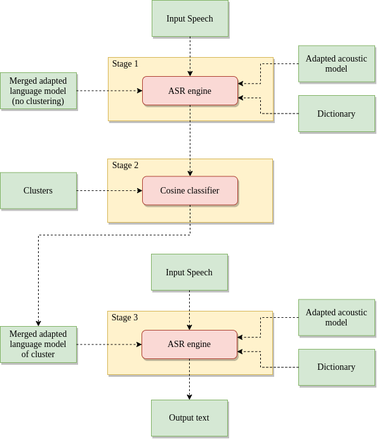
Above: speech_decoding/decoding_clustering.png in PanosAntoniadis/personalized_asr (draw.io), before the change. Source tidied: cells renumbered, new cells last; positions are measured from the earlier drawing's top-left corner, leaving out a move shared by most shapes.
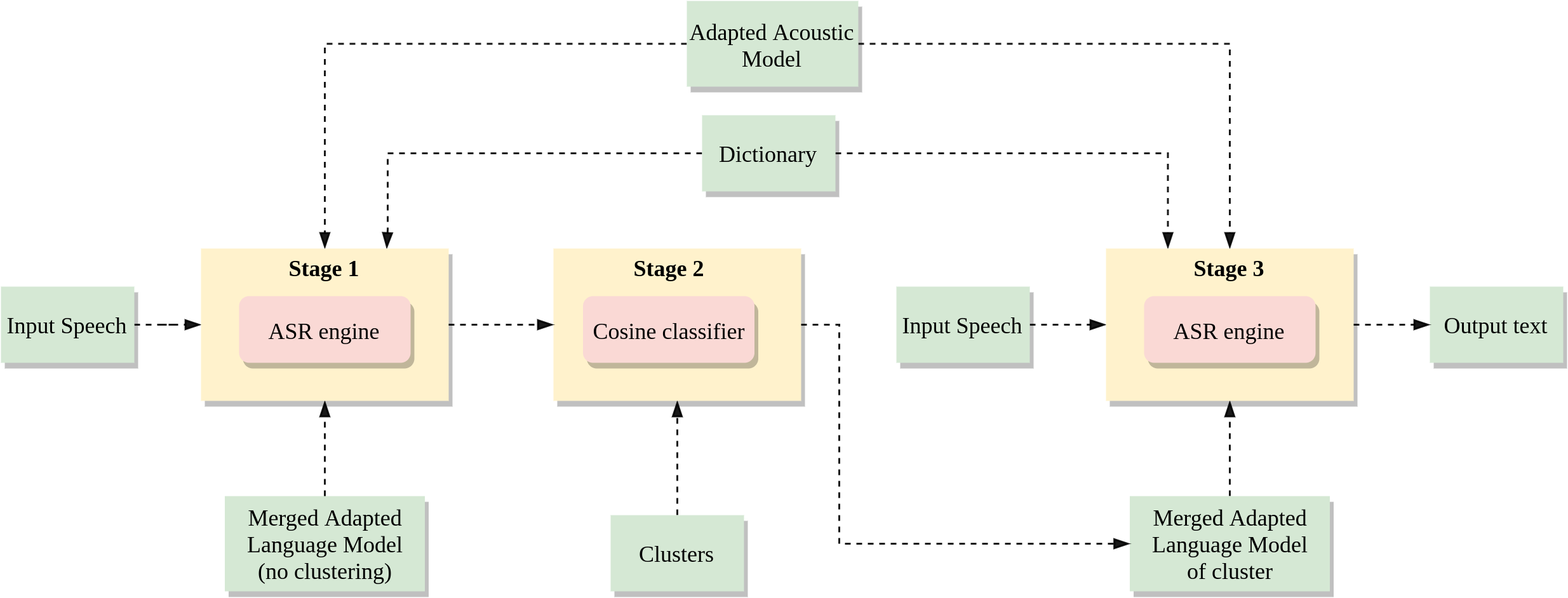
The same file after the commit.

Change to the diagram source:
```diff
@@ -2,123 +2,111 @@
   <root>
     <mxCell id="0" />
     <mxCell id="1" parent="0" />
-    <mxCell id="2" value="Input Speech" style="rounded=0;whiteSpace=wrap;html=1;fillColor=#d5e8d4;strokeColor=#82b366;gradientColor=none;shadow=1;fontSize=14;fontStyle=0;fontFamily=Verdana;" parent="1" vertex="1">
-      <mxGeometry x="239" width="120" height="57" as="geometry" />
-    </mxCell>
-    <mxCell id="3" style="rounded=0;whiteSpace=wrap;html=1;fillColor=#fff2cc;strokeColor=#d6b656;shadow=1;" parent="1" vertex="1">
-      <mxGeometry x="170" y="90" width="260" height="100" as="geometry" />
-    </mxCell>
-    <mxCell id="4" value="ASR engine" style="rounded=1;whiteSpace=wrap;html=1;fillColor=#fad9d5;strokeColor=#ae4132;shadow=1;fontSize=14;fontStyle=0;fontFamily=Verdana;" parent="1" vertex="1">
-      <mxGeometry x="224" y="120" width="150" height="45" as="geometry" />
-    </mxCell>
+    <mxCell id="33" style="edgeStyle=orthogonalEdgeStyle;rounded=0;jettySize=auto;html=1;entryX=0;entryY=0.5;entryDx=0;entryDy=0;endArrow=blockThin;endFill=1;dashed=1;opacity=90;" parent="1" edge="1" source="34" target="49">
+      <mxGeometry relative="1" as="geometry" />
+    </mxCell>
+    <mxCell id="34" value="Input Speech" style="rounded=0;whiteSpace=wrap;html=1;fillColor=#d5e8d4;gradientColor=none;shadow=1;fontSize=12;fontStyle=0;fontFamily=Times New Roman;align=center;verticalAlign=middle;strokeColor=none;" parent="1" vertex="1">
+      <mxGeometry x="-40" y="60" width="70" height="40" as="geometry" />
+    </mxCell>
+    <mxCell id="35" style="edgeStyle=orthogonalEdgeStyle;rounded=0;jettySize=auto;html=1;entryX=0.5;entryY=1;entryDx=0;entryDy=0;endArrow=blockThin;endFill=1;dashed=1;opacity=90;" parent="1" edge="1" source="36" target="49">
+      <mxGeometry relative="1" as="geometry" />
+    </mxCell>
+    <mxCell id="36" value="Merged Adapted Language Model&lt;br style=&quot;font-size: 12px&quot;&gt;(no clustering)" style="rounded=0;whiteSpace=wrap;html=1;fillColor=#d5e8d4;gradientColor=none;shadow=1;fontSize=12;fontStyle=0;fontFamily=Times New Roman;align=center;verticalAlign=middle;strokeColor=none;" parent="1" vertex="1">
+      <mxGeometry x="77.5" y="170" width="105" height="50" as="geometry" />
+    </mxCell>
+    <mxCell id="37" style="edgeStyle=orthogonalEdgeStyle;rounded=0;jettySize=auto;html=1;entryX=0.5;entryY=1;entryDx=0;entryDy=0;endArrow=blockThin;endFill=1;dashed=1;opacity=90;" parent="1" edge="1" source="17" target="52">
+      <mxGeometry relative="1" as="geometry" />
+    </mxCell>
+    <mxCell id="17" value="Clusters" style="rounded=0;whiteSpace=wrap;html=1;fillColor=#d5e8d4;gradientColor=none;shadow=1;fontSize=12;fontStyle=0;fontFamily=Times New Roman;align=center;verticalAlign=middle;strokeColor=none;" parent="1" vertex="1">
+      <mxGeometry x="280" y="180" width="70" height="40" as="geometry" />
+    </mxCell>
+    <mxCell id="38" style="edgeStyle=orthogonalEdgeStyle;rounded=0;jettySize=auto;html=1;entryX=0.5;entryY=1;entryDx=0;entryDy=0;endArrow=blockThin;endFill=1;dashed=1;opacity=90;" parent="1" edge="1" source="39" target="54">
+      <mxGeometry relative="1" as="geometry" />
+    </mxCell>
+    <mxCell id="39" value="Merged Adapted Language Model&lt;br style=&quot;font-size: 12px&quot;&gt;of cluster" style="rounded=0;whiteSpace=wrap;html=1;fillColor=#d5e8d4;gradientColor=none;shadow=1;fontSize=12;fontStyle=0;fontFamily=Times New Roman;align=center;verticalAlign=middle;strokeColor=none;" parent="1" vertex="1">
+      <mxGeometry x="552.5" y="170" width="105" height="50" as="geometry" />
+    </mxCell>
+    <mxCell id="29" value="Output text" style="rounded=0;whiteSpace=wrap;html=1;fillColor=#d5e8d4;gradientColor=none;shadow=1;fontSize=12;fontStyle=0;fontFamily=Times New Roman;align=center;verticalAlign=middle;strokeColor=none;" parent="1" vertex="1">
+      <mxGeometry x="710" y="60" width="70" height="40" as="geometry" />
+    </mxCell>
+    <mxCell id="40" style="edgeStyle=orthogonalEdgeStyle;rounded=0;jettySize=auto;html=1;entryX=0;entryY=0.5;entryDx=0;entryDy=0;endArrow=blockThin;endFill=1;dashed=1;opacity=90;" parent="1" edge="1" source="41" target="54">
+      <mxGeometry relative="1" as="geometry" />
+    </mxCell>
+    <mxCell id="41" value="Input Speech" style="rounded=0;whiteSpace=wrap;html=1;fillColor=#d5e8d4;gradientColor=none;shadow=1;fontSize=12;fontStyle=0;fontFamily=Times New Roman;align=center;verticalAlign=middle;strokeColor=none;" parent="1" vertex="1">
+      <mxGeometry x="430" y="60" width="70" height="40" as="geometry" />
+    </mxCell>
+    <mxCell id="42" style="edgeStyle=orthogonalEdgeStyle;rounded=0;jettySize=auto;html=1;entryX=0.75;entryY=0;entryDx=0;entryDy=0;exitX=0;exitY=0.5;exitDx=0;exitDy=0;endArrow=blockThin;endFill=1;dashed=1;opacity=90;" parent="1" edge="1" source="44" target="49">
+      <mxGeometry relative="1" as="geometry">
+        <Array as="points">
+          <mxPoint x="163" y="-10" />
+          <mxPoint x="163" y="30" />
+        </Array>
+      </mxGeometry>
+    </mxCell>
+    <mxCell id="43" style="edgeStyle=orthogonalEdgeStyle;rounded=0;jettySize=auto;html=1;entryX=0.25;entryY=0;entryDx=0;entryDy=0;endArrow=blockThin;endFill=1;dashed=1;opacity=90;" parent="1" edge="1" source="44" target="54">
+      <mxGeometry relative="1" as="geometry" />
+    </mxCell>
+    <mxCell id="44" value="Dictionary" style="rounded=0;whiteSpace=wrap;html=1;fillColor=#d5e8d4;gradientColor=none;shadow=1;fontSize=12;fontStyle=0;fontFamily=Times New Roman;align=center;verticalAlign=middle;strokeColor=none;" parent="1" vertex="1">
+      <mxGeometry x="328" y="-30" width="70" height="40" as="geometry" />
+    </mxCell>
+    <mxCell id="45" style="edgeStyle=orthogonalEdgeStyle;rounded=0;jettySize=auto;html=1;entryX=0.5;entryY=0;entryDx=0;entryDy=0;endArrow=blockThin;endFill=1;dashed=1;opacity=90;" parent="1" edge="1" source="47" target="49">
+      <mxGeometry relative="1" as="geometry" />
+    </mxCell>
+    <mxCell id="46" style="edgeStyle=orthogonalEdgeStyle;rounded=0;jettySize=auto;html=1;entryX=0.5;entryY=0;entryDx=0;entryDy=0;endArrow=blockThin;endFill=1;dashed=1;opacity=90;" parent="1" edge="1" source="47" target="54">
+      <mxGeometry relative="1" as="geometry" />
+    </mxCell>
+    <mxCell id="47" value="Adapted Acoustic Model" style="rounded=0;whiteSpace=wrap;html=1;fillColor=#d5e8d4;gradientColor=none;shadow=1;fontSize=12;fontStyle=0;fontFamily=Times New Roman;align=center;verticalAlign=middle;strokeColor=none;" parent="1" vertex="1">
+      <mxGeometry x="320" y="-90" width="90" height="45" as="geometry" />
+    </mxCell>
+    <mxCell id="48" style="group;" parent="1" vertex="1">
+      <mxGeometry x="65" y="40" width="130" height="80" as="geometry" />
+    </mxCell>
+    <mxCell id="49" style="rounded=0;whiteSpace=wrap;html=1;fillColor=#fff2cc;shadow=1;fontFamily=Helvetica;fontSize=10;strokeColor=none;" parent="48" vertex="1">
+      <mxGeometry width="130" height="80" as="geometry" />
+    </mxCell>
+    <mxCell id="50" value="ASR engine" style="rounded=1;whiteSpace=wrap;html=1;fillColor=#fad9d5;shadow=1;fontSize=12;fontStyle=0;fontFamily=Times New Roman;align=center;verticalAlign=middle;strokeColor=none;" parent="48" vertex="1">
+      <mxGeometry x="20" y="25" width="90" height="35" as="geometry" />
+    </mxCell>
-    <mxCell id="5" value="Stage 1" style="text;html=1;strokeColor=none;fillColor=none;align=center;verticalAlign=middle;whiteSpace=wrap;rounded=0;shadow=1;fontFamily=Verdana;fontSize=14;" parent="1" vertex="1">
-      <mxGeometry x="160" y="90" width="75" height="20" as="geometry" />
+    <mxCell id="5" value="&lt;b&gt;Stage 1&lt;/b&gt;" style="text;html=1;strokeColor=none;fillColor=none;align=center;verticalAlign=middle;whiteSpace=wrap;rounded=0;shadow=1;fontFamily=Times New Roman;fontSize=12;" parent="48" vertex="1">
+      <mxGeometry x="40" width="50" height="20" as="geometry" />
     </mxCell>
-    <mxCell id="6" value="Merged adapted language model&lt;br&gt;(no clustering)" style="rounded=0;whiteSpace=wrap;html=1;fillColor=#d5e8d4;strokeColor=#82b366;gradientColor=none;shadow=1;fontSize=14;fontStyle=0;fontFamily=Verdana;" parent="1" vertex="1">
-      <mxGeometry y="114" width="120" height="57" as="geometry" />
-    </mxCell>
-    <mxCell id="7" value="Dictionary" style="rounded=0;whiteSpace=wrap;html=1;fillColor=#d5e8d4;strokeColor=#82b366;gradientColor=none;shadow=1;fontSize=14;fontStyle=0;fontFamily=Verdana;" parent="1" vertex="1">
-      <mxGeometry x="470" y="150" width="120" height="57" as="geometry" />
-    </mxCell>
-    <mxCell id="8" value="Adapted acoustic model" style="rounded=0;whiteSpace=wrap;html=1;fillColor=#d5e8d4;strokeColor=#82b366;gradientColor=none;shadow=1;fontSize=14;fontStyle=0;fontFamily=Verdana;" parent="1" vertex="1">
-      <mxGeometry x="470" y="71.5" width="120" height="57" as="geometry" />
-    </mxCell>
-    <mxCell id="9" style="edgeStyle=orthogonalEdgeStyle;rounded=0;jettySize=auto;html=1;exitX=0.5;exitY=1;exitDx=0;exitDy=0;dashed=1;entryX=0.5;entryY=0;entryDx=0;entryDy=0;" parent="1" edge="1" source="2" target="4">
-      <mxGeometry relative="1" as="geometry" />
-    </mxCell>
-    <mxCell id="10" style="edgeStyle=orthogonalEdgeStyle;rounded=0;jettySize=auto;html=1;exitX=1;exitY=0.5;exitDx=0;exitDy=0;dashed=1;entryX=0;entryY=0.5;entryDx=0;entryDy=0;" parent="1" edge="1" source="6" target="4">
-      <mxGeometry relative="1" as="geometry" />
-    </mxCell>
-    <mxCell id="11" style="edgeStyle=orthogonalEdgeStyle;rounded=0;jettySize=auto;html=1;dashed=1;entryX=1;entryY=0.75;entryDx=0;entryDy=0;" parent="1" edge="1" source="7" target="4">
-      <mxGeometry relative="1" as="geometry">
-        <Array as="points">
-          <mxPoint x="410" y="179" />
-          <mxPoint x="410" y="154" />
-        </Array>
-      </mxGeometry>
-    </mxCell>
-    <mxCell id="12" style="edgeStyle=orthogonalEdgeStyle;rounded=0;jettySize=auto;html=1;exitX=0;exitY=0.5;exitDx=0;exitDy=0;dashed=1;entryX=1;entryY=0.25;entryDx=0;entryDy=0;" parent="1" edge="1" source="8" target="4">
-      <mxGeometry relative="1" as="geometry">
-        <Array as="points">
-          <mxPoint x="410" y="100" />
-          <mxPoint x="410" y="131" />
-        </Array>
-      </mxGeometry>
-    </mxCell>
-    <mxCell id="13" style="rounded=0;whiteSpace=wrap;html=1;fillColor=#fff2cc;strokeColor=#d6b656;shadow=1;" parent="1" vertex="1">
-      <mxGeometry x="169" y="250" width="260" height="100" as="geometry" />
-    </mxCell>
+    <mxCell id="51" style="group;" parent="1" vertex="1">
+      <mxGeometry x="250" y="40" width="130" height="80" as="geometry" />
+    </mxCell>
+    <mxCell id="52" style="rounded=0;whiteSpace=wrap;html=1;fillColor=#fff2cc;shadow=1;fontFamily=Helvetica;fontSize=10;strokeColor=none;" parent="51" vertex="1">
+      <mxGeometry width="130" height="80" as="geometry" />
+    </mxCell>
-    <mxCell id="14" value="Cosine classifier" style="rounded=1;whiteSpace=wrap;html=1;fillColor=#fad9d5;strokeColor=#ae4132;shadow=1;fontSize=14;fontStyle=0;fontFamily=Verdana;" parent="1" vertex="1">
-      <mxGeometry x="224" y="277.5" width="150" height="45" as="geometry" />
+    <mxCell id="14" value="Cosine classifier" style="rounded=1;whiteSpace=wrap;html=1;fillColor=#fad9d5;shadow=1;fontSize=12;fontStyle=0;fontFamily=Times New Roman;align=center;verticalAlign=middle;strokeColor=none;" parent="51" vertex="1">
+      <mxGeometry x="15.5" y="25" width="90" height="35" as="geometry" />
     </mxCell>
-    <mxCell id="15" value="Stage 2" style="text;html=1;strokeColor=none;fillColor=none;align=center;verticalAlign=middle;whiteSpace=wrap;rounded=0;shadow=1;fontFamily=Verdana;fontSize=14;" parent="1" vertex="1">
-      <mxGeometry x="160" y="250" width="75" height="20" as="geometry" />
+    <mxCell id="15" value="&lt;b&gt;Stage 2&lt;/b&gt;" style="text;html=1;strokeColor=none;fillColor=none;align=center;verticalAlign=middle;whiteSpace=wrap;rounded=0;shadow=1;fontFamily=Times New Roman;fontSize=12;" parent="51" vertex="1">
+      <mxGeometry x="35.5" width="50" height="20" as="geometry" />
     </mxCell>
-    <mxCell id="16" style="edgeStyle=orthogonalEdgeStyle;rounded=0;jettySize=auto;html=1;exitX=0.5;exitY=1;exitDx=0;exitDy=0;dashed=1;" parent="1" edge="1" source="4" target="14">
-      <mxGeometry relative="1" as="geometry" />
-    </mxCell>
-    <mxCell id="17" value="Clusters" style="rounded=0;whiteSpace=wrap;html=1;fillColor=#d5e8d4;strokeColor=#82b366;gradientColor=none;shadow=1;fontSize=14;fontStyle=0;fontFamily=Verdana;" parent="1" vertex="1">
-      <mxGeometry y="271.5" width="120" height="57" as="geometry" />
-    </mxCell>
-    <mxCell id="18" style="edgeStyle=orthogonalEdgeStyle;rounded=0;jettySize=auto;html=1;dashed=1;entryX=0;entryY=0.5;entryDx=0;entryDy=0;" parent="1" edge="1" source="17" target="14">
-      <mxGeometry relative="1" as="geometry" />
-    </mxCell>
-    <mxCell id="19" style="rounded=0;whiteSpace=wrap;html=1;fillColor=#fff2cc;strokeColor=#d6b656;shadow=1;" parent="1" vertex="1">
-      <mxGeometry x="169" y="490" width="260" height="100" as="geometry" />
-    </mxCell>
-    <mxCell id="20" value="ASR engine" style="rounded=1;whiteSpace=wrap;html=1;fillColor=#fad9d5;strokeColor=#ae4132;shadow=1;fontSize=14;fontStyle=0;fontFamily=Verdana;" parent="1" vertex="1">
-      <mxGeometry x="223" y="520" width="150" height="45" as="geometry" />
-    </mxCell>
+    <mxCell id="53" style="group;" parent="1" vertex="1">
+      <mxGeometry x="540" y="40" width="130" height="80" as="geometry" />
+    </mxCell>
+    <mxCell id="54" style="rounded=0;whiteSpace=wrap;html=1;fillColor=#fff2cc;shadow=1;fontFamily=Helvetica;fontSize=10;strokeColor=none;" parent="53" vertex="1">
+      <mxGeometry width="130" height="80" as="geometry" />
+    </mxCell>
+    <mxCell id="55" value="ASR engine" style="rounded=1;whiteSpace=wrap;html=1;fillColor=#fad9d5;shadow=1;fontSize=12;fontStyle=0;fontFamily=Times New Roman;align=center;verticalAlign=middle;strokeColor=none;" parent="53" vertex="1">
+      <mxGeometry x="20" y="25" width="90" height="35" as="geometry" />
+    </mxCell>
-    <mxCell id="21" value="Stage 3" style="text;html=1;strokeColor=none;fillColor=none;align=center;verticalAlign=middle;whiteSpace=wrap;rounded=0;shadow=1;fontFamily=Verdana;fontSize=14;" parent="1" vertex="1">
-      <mxGeometry x="159" y="490" width="75" height="20" as="geometry" />
+    <mxCell id="21" value="&lt;b&gt;Stage 3&lt;/b&gt;" style="text;html=1;strokeColor=none;fillColor=none;align=center;verticalAlign=middle;whiteSpace=wrap;rounded=0;shadow=1;fontFamily=Times New Roman;fontSize=12;" parent="53" vertex="1">
+      <mxGeometry x="40" width="50" height="20" as="geometry" />
     </mxCell>
-    <mxCell id="22" value="Merged adapted language model&lt;br&gt;of cluster" style="rounded=0;whiteSpace=wrap;html=1;fillColor=#d5e8d4;strokeColor=#82b366;gradientColor=none;shadow=1;fontSize=14;fontStyle=0;fontFamily=Verdana;" parent="1" vertex="1">
-      <mxGeometry y="514" width="120" height="57" as="geometry" />
-    </mxCell>
-    <mxCell id="23" style="edgeStyle=orthogonalEdgeStyle;rounded=0;jettySize=auto;html=1;dashed=1;exitX=1;exitY=0.5;exitDx=0;exitDy=0;entryX=0;entryY=0.5;entryDx=0;entryDy=0;" parent="1" edge="1" source="22" target="20">
-      <mxGeometry relative="1" as="geometry" />
-    </mxCell>
-    <mxCell id="24" value="Dictionary" style="rounded=0;whiteSpace=wrap;html=1;fillColor=#d5e8d4;strokeColor=#82b366;gradientColor=none;shadow=1;fontSize=14;fontStyle=0;fontFamily=Verdana;" parent="1" vertex="1">
-      <mxGeometry x="470" y="550" width="120" height="57" as="geometry" />
-    </mxCell>
-    <mxCell id="25" value="Adapted acoustic model" style="rounded=0;whiteSpace=wrap;html=1;fillColor=#d5e8d4;strokeColor=#82b366;gradientColor=none;shadow=1;fontSize=14;fontStyle=0;fontFamily=Verdana;" parent="1" vertex="1">
-      <mxGeometry x="470" y="471.5" width="120" height="57" as="geometry" />
-    </mxCell>
-    <mxCell id="26" style="edgeStyle=orthogonalEdgeStyle;rounded=0;jettySize=auto;html=1;dashed=1;entryX=1;entryY=0.25;entryDx=0;entryDy=0;" parent="1" edge="1" source="25" target="20">
-      <mxGeometry relative="1" as="geometry">
-        <Array as="points">
-          <mxPoint x="410" y="500" />
-          <mxPoint x="410" y="531" />
-        </Array>
-      </mxGeometry>
-    </mxCell>
-    <mxCell id="27" style="edgeStyle=orthogonalEdgeStyle;rounded=0;jettySize=auto;html=1;dashed=1;exitX=0;exitY=0.5;exitDx=0;exitDy=0;entryX=1;entryY=0.75;entryDx=0;entryDy=0;" parent="1" edge="1" source="24" target="20">
-      <mxGeometry relative="1" as="geometry">
-        <Array as="points">
-          <mxPoint x="410" y="579" />
-          <mxPoint x="410" y="554" />
-        </Array>
-      </mxGeometry>
-    </mxCell>
-    <mxCell id="28" style="edgeStyle=orthogonalEdgeStyle;rounded=0;jettySize=auto;html=1;dashed=1;exitX=0.5;exitY=1;exitDx=0;exitDy=0;entryX=0.5;entryY=0;entryDx=0;entryDy=0;" parent="1" edge="1" source="14" target="22">
-      <mxGeometry relative="1" as="geometry">
-        <Array as="points">
-          <mxPoint x="299" y="370" />
-          <mxPoint x="60" y="370" />
-        </Array>
-      </mxGeometry>
-    </mxCell>
-    <mxCell id="29" value="Output text" style="rounded=0;whiteSpace=wrap;html=1;fillColor=#d5e8d4;strokeColor=#82b366;gradientColor=none;shadow=1;fontSize=14;fontStyle=0;fontFamily=Verdana;" parent="1" vertex="1">
-      <mxGeometry x="238" y="630" width="120" height="57" as="geometry" />
-    </mxCell>
-    <mxCell id="30" style="edgeStyle=orthogonalEdgeStyle;rounded=0;jettySize=auto;html=1;exitX=0.5;exitY=1;exitDx=0;exitDy=0;dashed=1;" parent="1" edge="1" source="20" target="29">
-      <mxGeometry relative="1" as="geometry" />
-    </mxCell>
-    <mxCell id="31" value="Input Speech" style="rounded=0;whiteSpace=wrap;html=1;fillColor=#d5e8d4;strokeColor=#82b366;gradientColor=none;shadow=1;fontSize=14;fontStyle=0;fontFamily=Verdana;" parent="1" vertex="1">
-      <mxGeometry x="238" y="400" width="120" height="57" as="geometry" />
-    </mxCell>
-    <mxCell id="32" style="edgeStyle=orthogonalEdgeStyle;rounded=0;jettySize=auto;html=1;exitX=0.5;exitY=1;exitDx=0;exitDy=0;dashed=1;entryX=0.5;entryY=0;entryDx=0;entryDy=0;" parent="1" edge="1" source="31" target="20">
-      <mxGeometry relative="1" as="geometry" />
-    </mxCell>
+    <mxCell id="56" style="edgeStyle=orthogonalEdgeStyle;rounded=0;jettySize=auto;html=1;entryX=0;entryY=0.5;entryDx=0;entryDy=0;endArrow=blockThin;endFill=1;dashed=1;opacity=90;" parent="1" edge="1" source="49" target="52">
+      <mxGeometry relative="1" as="geometry" />
+    </mxCell>
+    <mxCell id="57" style="edgeStyle=orthogonalEdgeStyle;rounded=0;jettySize=auto;html=1;entryX=0;entryY=0.5;entryDx=0;entryDy=0;endArrow=blockThin;endFill=1;dashed=1;opacity=90;exitX=1;exitY=0.5;exitDx=0;exitDy=0;" parent="1" edge="1" source="52" target="39">
+      <mxGeometry relative="1" as="geometry">
+        <Array as="points">
+          <mxPoint x="400" y="80" />
+          <mxPoint x="400" y="195" />
+        </Array>
+      </mxGeometry>
+    </mxCell>
+    <mxCell id="58" style="edgeStyle=orthogonalEdgeStyle;rounded=0;jettySize=auto;html=1;entryX=0;entryY=0.5;entryDx=0;entryDy=0;endArrow=blockThin;endFill=1;dashed=1;opacity=90;" parent="1" edge="1" source="54" target="29">
+      <mxGeometry relative="1" as="geometry" />
+    </mxCell>
   </root>
 </mxGraphModel>
```
